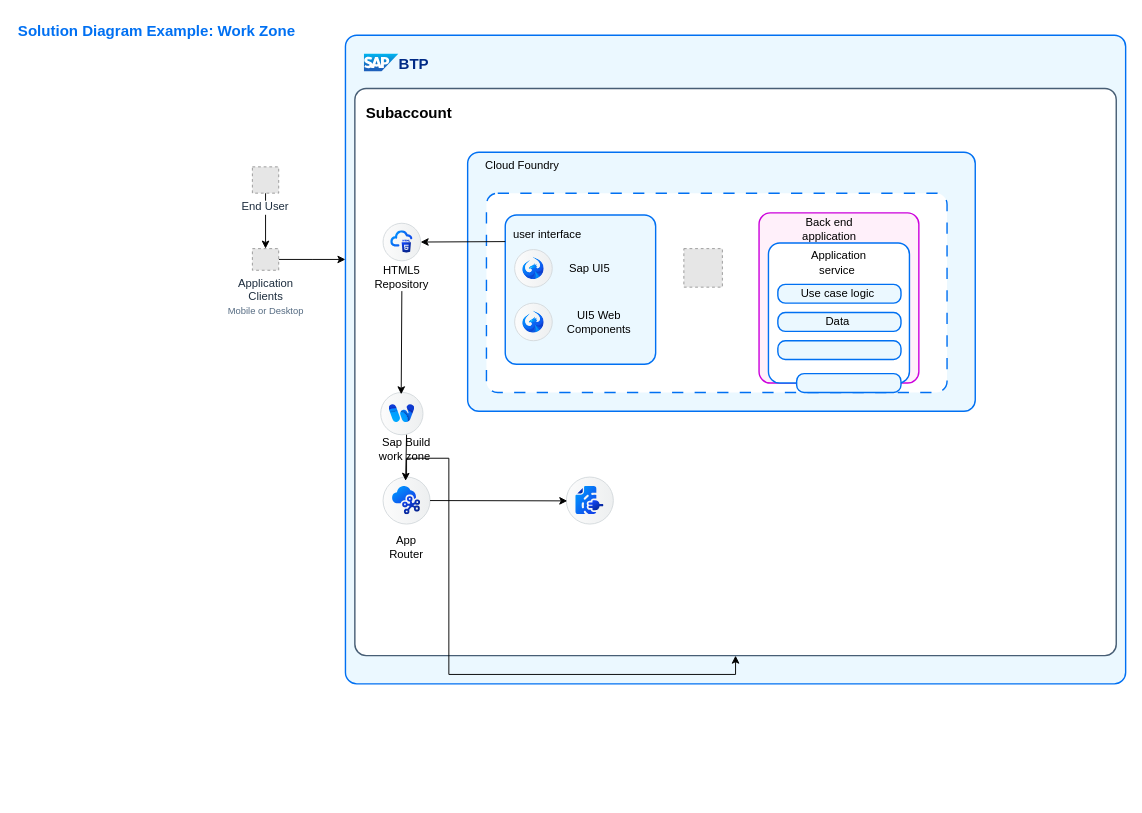
This is Appeals.drawio from sahar389/algorithem-voyelle, a draw.io file, before an edit. Source tidied: cells renumbered, new cells numbered last; positions are measured from the earlier drawing's top-left corner, leaving out a move shared by most shapes. Both pictures are drawn from the tidied source at 94%, with x=0, y=0 at pixel (16, 16). Pictures stored in the file or linked from it are replaced by grey dashed boxes.
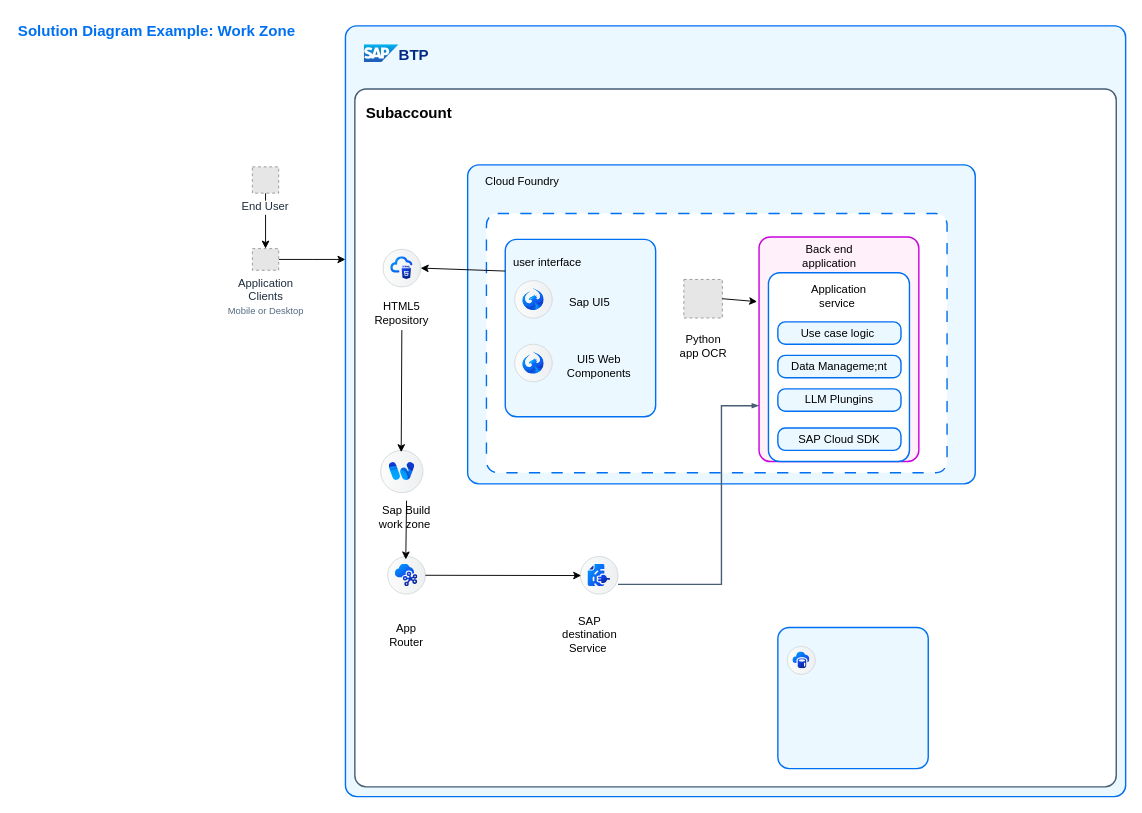
Above is the later version.

Diff of the diagram source:
```diff
@@
     <mxCell id="6" style="rounded=1;whiteSpace=wrap;html=1;strokeColor=#0070F2;fillColor=#EBF8FF;arcSize=24;absoluteArcSize=1;imageWidth=64;imageHeight=64;strokeWidth=1.5;" parent="1" vertex="1">
-      <mxGeometry x="350" y="20" width="830" height="690" as="geometry" />
+      <mxGeometry x="350" y="10" width="830" height="820" as="geometry" />
     </mxCell>
@@
     <mxCell id="8" value="Subaccount&lt;div&gt;&lt;br&gt;&lt;/div&gt;" style="rounded=1;whiteSpace=wrap;html=1;strokeColor=#475E75;fillColor=#ffffff;arcSize=24;absoluteArcSize=1;imageWidth=64;imageHeight=64;strokeWidth=1.5;verticalAlign=top;align=left;fontSize=16;fontStyle=1;spacingLeft=10;spacingTop=10;" parent="6" vertex="1">
-      <mxGeometry x="10" y="56.6" width="810" height="603.4" as="geometry" />
+      <mxGeometry x="10" y="67.2" width="810" height="742.4" as="geometry" />
     </mxCell>
     <mxCell id="9" style="rounded=1;whiteSpace=wrap;html=1;strokeColor=#0070F2;fillColor=#EBF8FF;arcSize=24;absoluteArcSize=1;imageWidth=64;imageHeight=64;strokeWidth=1.5;" parent="6" vertex="1">
-      <mxGeometry x="130" y="124.4" width="540" height="275.6" as="geometry" />
+      <mxGeometry x="130" y="147.9" width="540" height="339.4" as="geometry" />
     </mxCell>
     <mxCell id="10" value="Cloud Foundry&amp;nbsp;" style="text;html=1;align=center;verticalAlign=middle;whiteSpace=wrap;rounded=0;" parent="6" vertex="1">
-      <mxGeometry x="140" y="124.4" width="100" height="30" as="geometry" />
+      <mxGeometry x="140" y="147.9" width="100" height="35.7" as="geometry" />
     </mxCell>
     <mxCell id="11" style="rounded=1;whiteSpace=wrap;html=1;strokeColor=#0070F2;fillColor=#ffffff;arcSize=24;absoluteArcSize=1;imageWidth=64;imageHeight=64;strokeWidth=1.5;dashed=1;dashPattern=8 8;" parent="6" vertex="1">
-      <mxGeometry x="150" y="168" width="490" height="212" as="geometry" />
+      <mxGeometry x="150" y="199.7" width="490" height="275.7" as="geometry" />
     </mxCell>
     <mxCell id="12" style="fillColor=#E6E6E6;strokeColor=#999999;dashed=1;verticalLabelPosition=bottom;labelBackgroundColor=default;verticalAlign=top;" parent="6" vertex="1">
-      <mxGeometry x="360" y="227" width="41" height="41" as="geometry" />
+      <mxGeometry x="360" y="269.8" width="41" height="41" as="geometry" />
     </mxCell>
     <mxCell id="13" style="rounded=1;whiteSpace=wrap;html=1;strokeColor=#0070F2;fillColor=#EBF8FF;arcSize=24;absoluteArcSize=1;imageWidth=64;imageHeight=64;strokeWidth=1.5;" parent="6" vertex="1">
-      <mxGeometry x="170" y="191.2" width="160" height="158.8" as="geometry" />
+      <mxGeometry x="170" y="227.2" width="160" height="188.7" as="geometry" />
     </mxCell>
     <mxCell id="14" value="user interface" style="text;html=1;align=center;verticalAlign=middle;whiteSpace=wrap;rounded=0;" parent="6" vertex="1">
-      <mxGeometry x="170" y="197" width="90" height="30" as="geometry" />
+      <mxGeometry x="170" y="234.1" width="90" height="35.7" as="geometry" />
     </mxCell>
     <mxCell id="15" style="shape=mxgraph.sap.icon;labelPosition=center;verticalLabelPosition=bottom;align=center;verticalAlign=top;strokeWidth=1;strokeColor=#D5DADD;fillColor=#EDEFF0;gradientColor=#FCFCFC;gradientDirection=west;SAPIcon=UI5_flexibility_for_key_users;" parent="6" vertex="1">
-      <mxGeometry x="180" y="228" width="40" height="40" as="geometry" />
+      <mxGeometry x="180" y="271" width="40" height="40" as="geometry" />
     </mxCell>
     <mxCell id="16" style="shape=mxgraph.sap.icon;labelPosition=center;verticalLabelPosition=bottom;align=center;verticalAlign=top;strokeWidth=1;strokeColor=#D5DADD;fillColor=#EDEFF0;gradientColor=#FCFCFC;gradientDirection=west;SAPIcon=UI5_flexibility_for_key_users;" parent="6" vertex="1">
-      <mxGeometry x="180" y="285" width="40" height="40" as="geometry" />
+      <mxGeometry x="180" y="338.7" width="40" height="40" as="geometry" />
     </mxCell>
     <mxCell id="17" style="rounded=1;whiteSpace=wrap;html=1;strokeColor=#cc00dc;fillColor=#FFF0fa;arcSize=24;absoluteArcSize=1;imageWidth=64;imageHeight=64;strokeWidth=1.5;" parent="6" vertex="1">
-      <mxGeometry x="440" y="189" width="170" height="181" as="geometry" />
+      <mxGeometry x="440" y="224.6" width="170" height="238.9" as="geometry" />
     </mxCell>
     <mxCell id="18" value="Sap UI5" style="text;html=1;align=center;verticalAlign=middle;whiteSpace=wrap;rounded=0;" parent="6" vertex="1">
-      <mxGeometry x="230" y="233" width="60" height="30" as="geometry" />
+      <mxGeometry x="230" y="276.9" width="60" height="35.7" as="geometry" />
     </mxCell>
     <mxCell id="19" value="UI5 Web Components" style="text;html=1;align=center;verticalAlign=middle;whiteSpace=wrap;rounded=0;" parent="6" vertex="1">
-      <mxGeometry x="230" y="290" width="80" height="30" as="geometry" />
+      <mxGeometry x="230" y="344.6" width="80" height="35.7" as="geometry" />
     </mxCell>
     <mxCell id="20" style="shape=mxgraph.sap.icon;labelPosition=center;verticalLabelPosition=bottom;align=center;verticalAlign=top;strokeWidth=1;strokeColor=#D5DADD;fillColor=#EDEFF0;gradientColor=#FCFCFC;gradientDirection=west;SAPIcon=HTML5_App_Repository;" parent="6" vertex="1">
-      <mxGeometry x="40" y="200" width="40" height="40" as="geometry" />
+      <mxGeometry x="40" y="237.7" width="40" height="40" as="geometry" />
     </mxCell>
     <mxCell id="21" value="HTML5 Repository" style="text;html=1;align=center;verticalAlign=middle;whiteSpace=wrap;rounded=0;" parent="6" vertex="1">
-      <mxGeometry x="30" y="242.2" width="60" height="30" as="geometry" />
+      <mxGeometry x="30" y="287.9" width="60" height="35.7" as="geometry" />
     </mxCell>
     <mxCell id="22" style="shape=mxgraph.sap.icon;labelPosition=center;verticalLabelPosition=bottom;align=center;verticalAlign=top;strokeWidth=1;strokeColor=#D5DADD;fillColor=#EDEFF0;gradientColor=#FCFCFC;gradientDirection=west;SAPIcon=SAP_Build_Work_Zone_-_Advanced_Edition;" parent="6" vertex="1">
-      <mxGeometry x="37.5" y="380" width="45" height="45" as="geometry" />
+      <mxGeometry x="37.5" y="451.6" width="45" height="45" as="geometry" />
     </mxCell>
     <mxCell id="23" value="Back end application" style="text;html=1;align=center;verticalAlign=middle;whiteSpace=wrap;rounded=0;" parent="6" vertex="1">
-      <mxGeometry x="485" y="191" width="60" height="30" as="geometry" />
+      <mxGeometry x="485" y="227" width="60" height="35.7" as="geometry" />
     </mxCell>
     <mxCell id="24" style="rounded=1;whiteSpace=wrap;html=1;strokeColor=#0070F2;fillColor=#ffffff;arcSize=24;absoluteArcSize=1;imageWidth=64;imageHeight=64;strokeWidth=1.5;" parent="6" vertex="1">
-      <mxGeometry x="450" y="221" width="150" height="149" as="geometry" />
+      <mxGeometry x="450" y="262.6" width="150" height="200.8" as="geometry" />
     </mxCell>
     <mxCell id="25" value="Application service&amp;nbsp;" style="text;html=1;align=center;verticalAlign=middle;whiteSpace=wrap;rounded=0;" parent="6" vertex="1">
-      <mxGeometry x="495" y="227" width="60" height="30" as="geometry" />
+      <mxGeometry x="495" y="269.8" width="60" height="35.7" as="geometry" />
     </mxCell>
     <mxCell id="26" value="Use case logic&amp;nbsp;" style="rounded=1;whiteSpace=wrap;html=1;strokeColor=#0070F2;strokeWidth=1.5;arcSize=16;fillColor=#EBF8FF;perimeterSpacing=0;absoluteArcSize=1;" parent="6" vertex="1">
-      <mxGeometry x="460" y="265" width="131" height="20" as="geometry" />
+      <mxGeometry x="460" y="314.9" width="131" height="23.8" as="geometry" />
     </mxCell>
-    <mxCell id="27" value="Data&amp;nbsp;" style="rounded=1;whiteSpace=wrap;html=1;strokeColor=#0070F2;strokeWidth=1.5;arcSize=16;fillColor=#EBF8FF;perimeterSpacing=0;absoluteArcSize=1;" parent="6" vertex="1">
-      <mxGeometry x="460" y="295" width="131" height="20" as="geometry" />
+    <mxCell id="27" value="Data Manageme;nt" style="rounded=1;whiteSpace=wrap;html=1;strokeColor=#0070F2;strokeWidth=1.5;arcSize=16;fillColor=#EBF8FF;perimeterSpacing=0;absoluteArcSize=1;" parent="6" vertex="1">
+      <mxGeometry x="460" y="350.6" width="131" height="23.8" as="geometry" />
     </mxCell>
-    <mxCell id="28" style="rounded=1;whiteSpace=wrap;html=1;strokeColor=#0070F2;strokeWidth=1.5;arcSize=16;fillColor=#EBF8FF;perimeterSpacing=0;absoluteArcSize=1;" parent="6" vertex="1">
-      <mxGeometry x="460" y="325" width="131" height="20" as="geometry" />
+    <mxCell id="28" value="LLM Plungins" style="rounded=1;whiteSpace=wrap;html=1;strokeColor=#0070F2;strokeWidth=1.5;arcSize=16;fillColor=#EBF8FF;perimeterSpacing=0;absoluteArcSize=1;" parent="6" vertex="1">
+      <mxGeometry x="460" y="386.2" width="131" height="23.8" as="geometry" />
     </mxCell>
-    <mxCell id="29" style="rounded=1;whiteSpace=wrap;html=1;strokeColor=#0070F2;strokeWidth=1.5;arcSize=16;fillColor=#EBF8FF;perimeterSpacing=0;absoluteArcSize=1;" parent="6" vertex="1">
-      <mxGeometry x="480" y="360" width="111" height="20" as="geometry" />
+    <mxCell id="29" value="SAP Cloud SDK" style="rounded=1;whiteSpace=wrap;html=1;strokeColor=#0070F2;strokeWidth=1.5;arcSize=16;fillColor=#EBF8FF;perimeterSpacing=0;absoluteArcSize=1;" parent="6" vertex="1">
+      <mxGeometry x="460" y="427.8" width="131" height="23.8" as="geometry" />
     </mxCell>
@@
     <mxCell id="31" style="shape=mxgraph.sap.icon;labelPosition=center;verticalLabelPosition=bottom;align=center;verticalAlign=top;strokeWidth=1;strokeColor=#D5DADD;fillColor=#EDEFF0;gradientColor=#FCFCFC;gradientDirection=west;SAPIcon=SAP_Integration_Suite_-_Cloud_Integration;" parent="6" vertex="1">
-      <mxGeometry x="40" y="470" width="50" height="50" as="geometry" />
+      <mxGeometry x="45" y="564.5" width="40" height="40" as="geometry" />
     </mxCell>
-    <mxCell id="32" style="edgeStyle=orthogonalEdgeStyle;rounded=0;jettySize=auto;html=1;" parent="6" edge="1" source="31" target="8">
-      <mxGeometry relative="1" as="geometry" />
-    </mxCell>
     <mxCell id="33" value="App Router" style="text;html=1;align=center;verticalAlign=middle;whiteSpace=wrap;rounded=0;" parent="6" vertex="1">
-      <mxGeometry x="35" y="530" width="60" height="30" as="geometry" />
+      <mxGeometry x="35" y="629.9" width="60" height="35.7" as="geometry" />
     </mxCell>
@@
     <mxCell id="35" value="Sap Build work zone&amp;nbsp;" style="text;html=1;align=center;verticalAlign=middle;whiteSpace=wrap;rounded=0;" parent="6" vertex="1">
-      <mxGeometry x="30" y="425" width="70" height="30" as="geometry" />
+      <mxGeometry x="30" y="505.1" width="70" height="35.7" as="geometry" />
     </mxCell>
@@
     <mxCell id="37" style="shape=mxgraph.sap.icon;labelPosition=center;verticalLabelPosition=bottom;align=center;verticalAlign=top;strokeWidth=1;strokeColor=#D5DADD;fillColor=#EDEFF0;gradientColor=#FCFCFC;gradientDirection=west;SAPIcon=SAP_Destination_service;" parent="6" vertex="1">
-      <mxGeometry x="235" y="470" width="50" height="50" as="geometry" />
+      <mxGeometry x="250" y="564.5" width="40" height="40" as="geometry" />
     </mxCell>
@@
+    <mxCell id="40" style="edgeStyle=orthogonalEdgeStyle;rounded=0;orthogonalLoop=1;jettySize=auto;html=1;fontSize=18;strokeColor=#475E75;fontFamily=Helvetica;fontColor=default;targetPerimeterSpacing=15;endSize=4;startSize=4;endArrow=blockThin;endFill=1;strokeWidth=1.5;startArrow=none;startFill=0;" parent="6" edge="1">
+      <mxGeometry relative="1" as="geometry">
+        <mxPoint x="290" y="594.2" as="sourcePoint" />
+        <mxPoint x="440" y="404.1" as="targetPoint" />
+        <Array as="points">
+          <mxPoint x="400" y="594.2" />
+          <mxPoint x="400" y="404.1" />
+          <mxPoint x="440" y="404.1" />
+        </Array>
+      </mxGeometry>
+    </mxCell>
+    <mxCell id="41" value="SAP destination Service&amp;nbsp;" style="text;html=1;align=center;verticalAlign=middle;whiteSpace=wrap;rounded=0;" parent="6" vertex="1">
+      <mxGeometry x="230" y="635.8" width="60" height="23.8" as="geometry" />
+    </mxCell>
+    <mxCell id="42" value="Python app OCR" style="text;html=1;align=center;verticalAlign=middle;whiteSpace=wrap;rounded=0;" parent="6" vertex="1">
+      <mxGeometry x="351" y="323.2" width="60" height="35.7" as="geometry" />
+    </mxCell>
+    <mxCell id="43" style="endArrow=classic;html=1;rounded=0;exitX=1;exitY=0.5;exitDx=0;exitDy=0;entryX=-0.012;entryY=0.288;entryDx=0;entryDy=0;entryPerimeter=0;" parent="6" edge="1" source="12" target="17">
+      <mxGeometry relative="1" as="geometry" />
+    </mxCell>
+    <mxCell id="44" style="rounded=1;whiteSpace=wrap;html=1;strokeColor=#0070F2;fillColor=#EBF8FF;arcSize=24;absoluteArcSize=1;imageWidth=64;imageHeight=64;strokeWidth=1.5;" parent="6" vertex="1">
+      <mxGeometry x="460" y="640" width="160" height="150.2" as="geometry" />
+    </mxCell>
+    <mxCell id="45" style="shape=mxgraph.sap.icon;labelPosition=center;verticalLabelPosition=bottom;align=center;verticalAlign=top;strokeWidth=1;strokeColor=#D5DADD;fillColor=#EDEFF0;gradientColor=#FCFCFC;gradientDirection=west;SAPIcon=SAP_HANA_Cloud;" parent="6" vertex="1">
+      <mxGeometry x="470" y="660" width="30" height="30" as="geometry" />
+    </mxCell>
```
